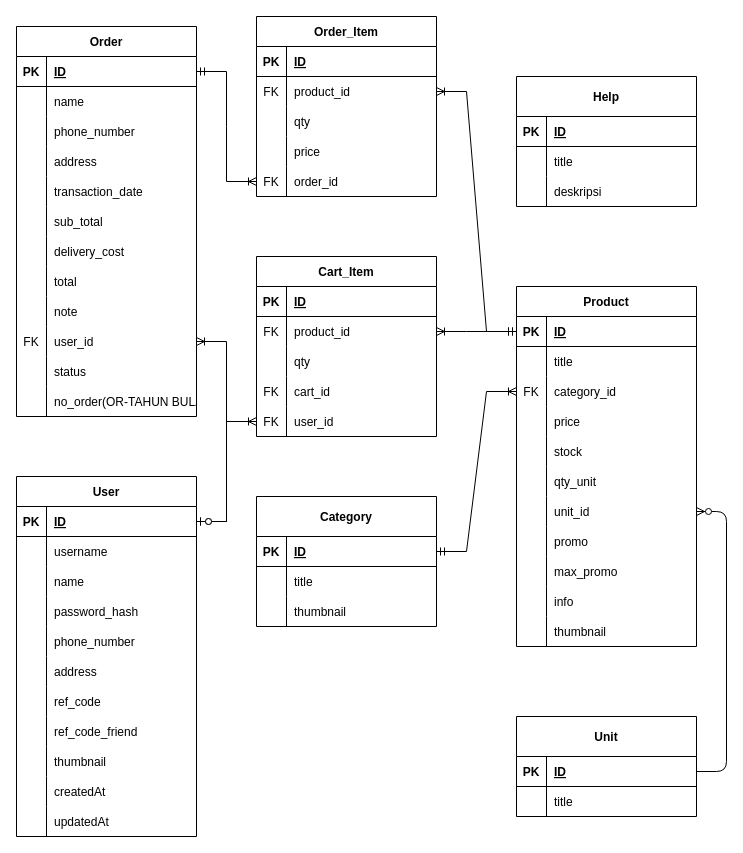
Before: docs/db.drawio in sngbd/dapurfresh, a draw.io diagram. Source tidied: cells renumbered, new cells numbered last; positions are measured from the earlier drawing's top-left corner, leaving out a move shared by most shapes. Both pictures are drawn from the tidied source at 100%, with x=0, y=0 at pixel (16, 16).
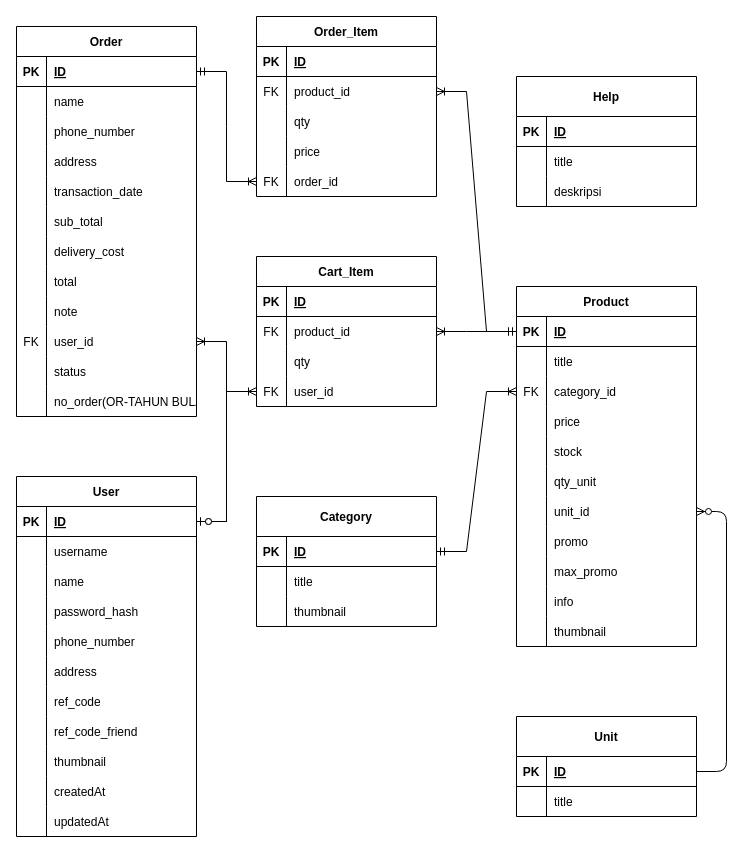
Above is the later version.

The edit, as a diff of the source:
```diff
@@
     <mxCell id="2" value="Cart_Item" style="shape=table;startSize=30;childLayout=tableLayout;rowLines=0;fontStyle=1;align=center;shadow=0;swimlaneLine=1;" parent="1" vertex="1">
-      <mxGeometry x="240" y="240" width="180" height="180" as="geometry" />
+      <mxGeometry x="240" y="240" width="180" height="150" as="geometry" />
     </mxCell>
@@
-    <mxCell id="12" style="shape=tableRow;horizontal=0;startSize=0;swimlaneHead=0;swimlaneBody=0;fillColor=none;top=0;left=0;right=0;bottom=0;shadow=0;swimlaneLine=1;" parent="2" vertex="1">
-      <mxGeometry y="120" width="180" height="30" as="geometry" />
-    </mxCell>
-    <mxCell id="13" value="FK" style="shape=partialRectangle;fillColor=none;top=0;left=0;bottom=0;right=0;overflow=hidden;shadow=0;swimlaneLine=1;" parent="12" vertex="1">
-      <mxGeometry width="30" height="30" as="geometry" />
-    </mxCell>
-    <mxCell id="14" value="cart_id" style="shape=partialRectangle;fillColor=none;top=0;left=0;bottom=0;right=0;align=left;spacingLeft=6;overflow=hidden;shadow=0;swimlaneLine=1;" parent="12" vertex="1">
-      <mxGeometry x="30" width="150" height="30" as="geometry" />
-    </mxCell>
     <mxCell id="15" style="shape=tableRow;horizontal=0;startSize=0;swimlaneHead=0;swimlaneBody=0;fillColor=none;points=[[0,0.5],[1,0.5]];portConstraint=eastwest;top=0;left=0;right=0;bottom=0;shadow=0;swimlaneLine=1;" parent="2" vertex="1">
-      <mxGeometry y="150" width="180" height="30" as="geometry" />
+      <mxGeometry y="120" width="180" height="30" as="geometry" />
     </mxCell>
```
